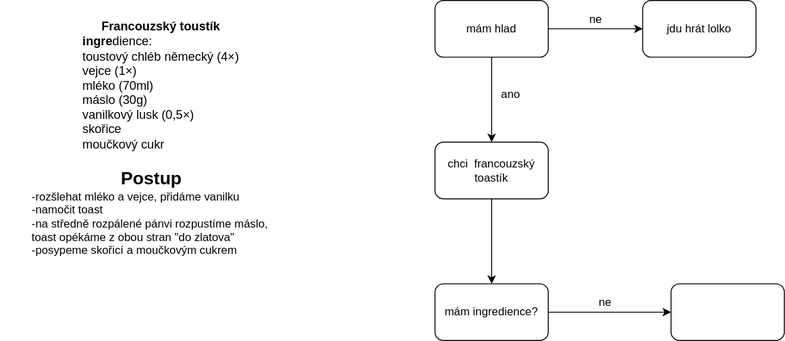
This is Francouzský toast.drawio.svg from RadekJanecek/diagrams.net, a draw.io export, as it was before one commit. Source tidied: cells renumbered, new cells last; positions are measured from the earlier drawing's top-left corner, leaving out a move shared by most shapes.
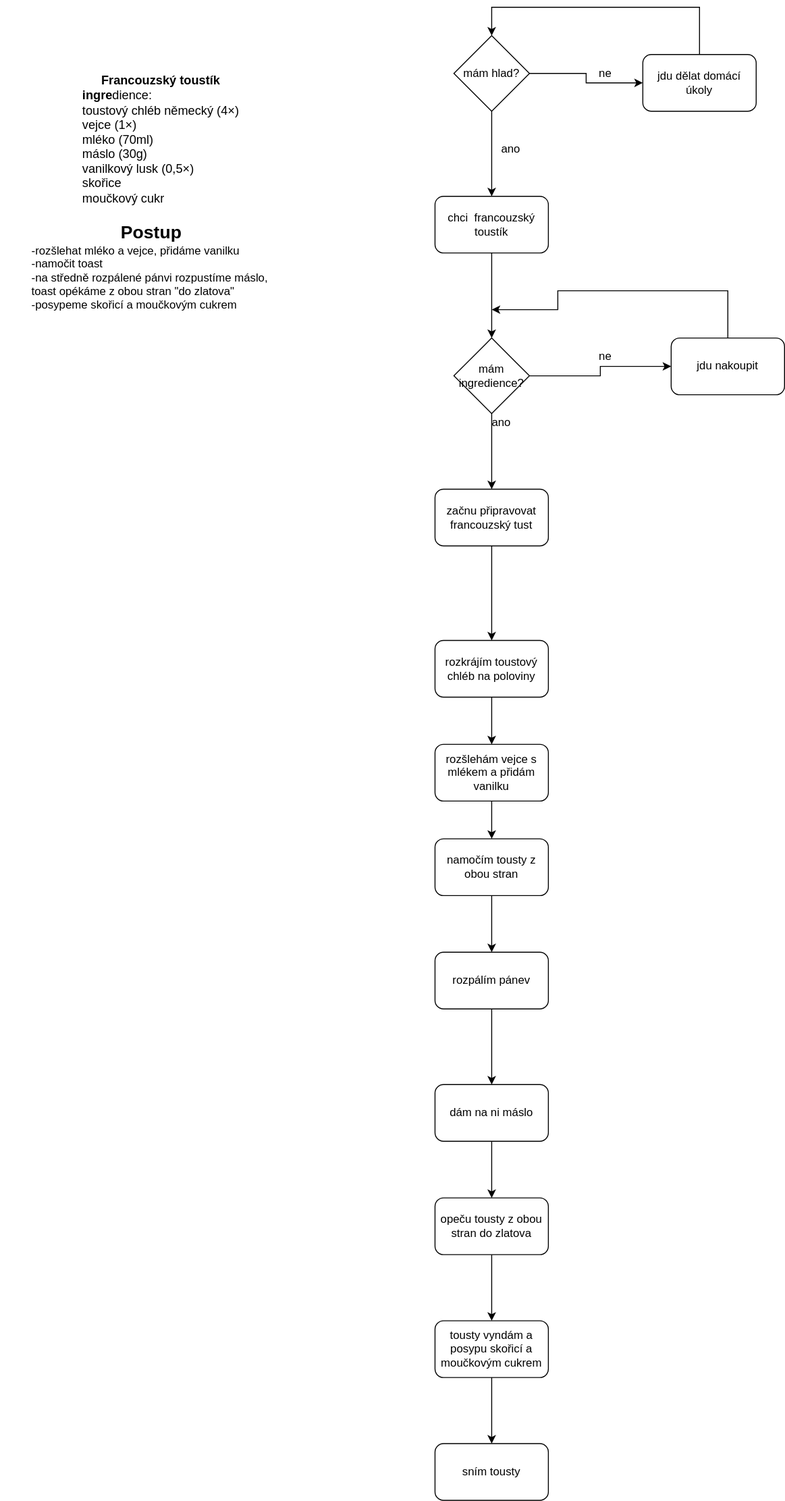
The same diagram one commit later.

The edit, as a diff of the source:
```diff
@@ -8,43 +8,119 @@
     <mxCell id="3" value="&lt;font style=&quot;font-size: 19px&quot;&gt;&lt;b&gt;Postup&lt;/b&gt;&lt;/font&gt;&lt;br&gt;&lt;div style=&quot;text-align: left&quot;&gt;&lt;span&gt;-rozšlehat mléko a vejce,&amp;nbsp;&lt;/span&gt;&lt;span&gt;přidáme vanilku&lt;/span&gt;&lt;/div&gt;&lt;div style=&quot;text-align: left&quot;&gt;&lt;span&gt;-namočit toast&lt;/span&gt;&lt;/div&gt;&lt;div style=&quot;text-align: left&quot;&gt;&lt;span&gt;-na středně rozpálené pánvi rozpustíme máslo,&amp;nbsp;&lt;/span&gt;&lt;/div&gt;&lt;div style=&quot;text-align: left&quot;&gt;&lt;span&gt;toast opékáme z obou stran &quot;do zlatova&quot;&lt;/span&gt;&lt;/div&gt;&lt;div style=&quot;text-align: left&quot;&gt;&lt;span&gt;-posypeme skořicí a moučkovým cukrem&lt;/span&gt;&lt;/div&gt;" style="text;html=1;strokeColor=none;fillColor=none;align=center;verticalAlign=middle;whiteSpace=wrap;rounded=0;" parent="1" vertex="1">
       <mxGeometry x="20" y="170" width="280" height="110" as="geometry" />
     </mxCell>
-    <mxCell id="4" style="edgeStyle=orthogonalEdgeStyle;rounded=0;jettySize=auto;html=1;entryX=0;entryY=0.5;entryDx=0;entryDy=0;" parent="1" edge="1" source="6" target="7">
-      <mxGeometry relative="1" as="geometry" />
-    </mxCell>
-    <mxCell id="5" style="edgeStyle=orthogonalEdgeStyle;rounded=0;jettySize=auto;html=1;exitX=0.5;exitY=1;exitDx=0;exitDy=0;entryX=0.5;entryY=0;entryDx=0;entryDy=0;" parent="1" edge="1" source="6" target="10">
-      <mxGeometry relative="1" as="geometry" />
-    </mxCell>
-    <mxCell id="6" value="mám hlad" style="rounded=1;whiteSpace=wrap;html=1;" parent="1" vertex="1">
-      <mxGeometry x="460" width="120" height="60" as="geometry" />
-    </mxCell>
+    <mxCell id="16" style="edgeStyle=orthogonalEdgeStyle;rounded=0;jettySize=auto;html=1;exitX=0.5;exitY=0;exitDx=0;exitDy=0;entryX=0.5;entryY=0;entryDx=0;entryDy=0;" parent="1" edge="1" source="7" target="21">
+      <mxGeometry relative="1" as="geometry">
+        <Array as="points">
+          <mxPoint x="740" y="-50" />
+          <mxPoint x="520" y="-50" />
+        </Array>
+      </mxGeometry>
+    </mxCell>
-    <mxCell id="7" value="jdu hrát lolko" style="rounded=1;whiteSpace=wrap;html=1;" parent="1" vertex="1">
+    <mxCell id="7" value="jdu dělat domácí úkoly" style="rounded=1;whiteSpace=wrap;html=1;" parent="1" vertex="1">
       <mxGeometry x="680" width="120" height="60" as="geometry" />
     </mxCell>
-    <mxCell id="8" value="ne" style="text;html=1;align=center;verticalAlign=middle;strokeColor=none;fillColor=none;" parent="1" vertex="1">
-      <mxGeometry x="615" y="10" width="30" height="20" as="geometry" />
-    </mxCell>
     <mxCell id="9" style="edgeStyle=orthogonalEdgeStyle;rounded=0;jettySize=auto;html=1;exitX=0.5;exitY=1;exitDx=0;exitDy=0;" parent="1" edge="1" source="10">
       <mxGeometry relative="1" as="geometry">
         <mxPoint x="520" y="300" as="targetPoint" />
       </mxGeometry>
     </mxCell>
-    <mxCell id="10" value="chci&amp;nbsp; francouzský toastík" style="rounded=1;whiteSpace=wrap;html=1;" parent="1" vertex="1">
+    <mxCell id="10" value="chci&amp;nbsp; francouzský toustík" style="rounded=1;whiteSpace=wrap;html=1;" parent="1" vertex="1">
       <mxGeometry x="460" y="150" width="120" height="60" as="geometry" />
     </mxCell>
     <mxCell id="11" value="ano" style="text;html=1;align=center;verticalAlign=middle;strokeColor=none;fillColor=none;" parent="1" vertex="1">
       <mxGeometry x="520" y="90" width="40" height="20" as="geometry" />
     </mxCell>
-    <mxCell id="12" style="edgeStyle=orthogonalEdgeStyle;rounded=0;jettySize=auto;html=1;exitX=1;exitY=0.5;exitDx=0;exitDy=0;entryX=0;entryY=0.5;entryDx=0;entryDy=0;" parent="1" edge="1" source="13" target="14">
-      <mxGeometry relative="1" as="geometry" />
-    </mxCell>
-    <mxCell id="13" value="mám ingredience?" style="rounded=1;whiteSpace=wrap;html=1;" parent="1" vertex="1">
-      <mxGeometry x="460" y="300" width="120" height="60" as="geometry" />
-    </mxCell>
+    <mxCell id="17" style="edgeStyle=orthogonalEdgeStyle;rounded=0;jettySize=auto;html=1;exitX=0.5;exitY=1;exitDx=0;exitDy=0;" parent="1" edge="1" source="14">
+      <mxGeometry relative="1" as="geometry">
+        <mxPoint x="520" y="270" as="targetPoint" />
+        <Array as="points">
+          <mxPoint x="770" y="250" />
+          <mxPoint x="590" y="250" />
+          <mxPoint x="590" y="270" />
+          <mxPoint x="520" y="270" />
+        </Array>
+      </mxGeometry>
+    </mxCell>
-    <mxCell id="14" style="rounded=1;whiteSpace=wrap;html=1;" parent="1" vertex="1">
+    <mxCell id="14" value="&lt;div&gt;jdu nakoupit&lt;/div&gt;" style="rounded=1;whiteSpace=wrap;html=1;" parent="1" vertex="1">
       <mxGeometry x="710" y="300" width="120" height="60" as="geometry" />
     </mxCell>
     <mxCell id="15" value="ne" style="text;html=1;align=center;verticalAlign=middle;strokeColor=none;fillColor=none;" parent="1" vertex="1">
       <mxGeometry x="625" y="310" width="30" height="20" as="geometry" />
     </mxCell>
+    <mxCell id="12" style="edgeStyle=orthogonalEdgeStyle;rounded=0;jettySize=auto;html=1;entryX=0;entryY=0.5;entryDx=0;entryDy=0;" parent="1" edge="1" source="13" target="14">
+      <mxGeometry relative="1" as="geometry" />
+    </mxCell>
+    <mxCell id="18" style="edgeStyle=orthogonalEdgeStyle;rounded=0;jettySize=auto;html=1;" parent="1" edge="1" source="13" target="23">
+      <mxGeometry relative="1" as="geometry" />
+    </mxCell>
+    <mxCell id="13" value="mám ingredience?" style="rhombus;whiteSpace=wrap;html=1;" parent="1" vertex="1">
+      <mxGeometry x="480" y="300" width="80" height="80" as="geometry" />
+    </mxCell>
+    <mxCell id="19" style="edgeStyle=orthogonalEdgeStyle;rounded=0;jettySize=auto;html=1;exitX=0.5;exitY=1;exitDx=0;exitDy=0;entryX=0.5;entryY=0;entryDx=0;entryDy=0;" parent="1" edge="1" source="21" target="10">
+      <mxGeometry relative="1" as="geometry" />
+    </mxCell>
+    <mxCell id="20" style="edgeStyle=orthogonalEdgeStyle;rounded=0;jettySize=auto;html=1;exitX=1;exitY=0.5;exitDx=0;exitDy=0;entryX=0;entryY=0.5;entryDx=0;entryDy=0;" parent="1" edge="1" source="21" target="7">
+      <mxGeometry relative="1" as="geometry" />
+    </mxCell>
+    <mxCell id="21" value="&lt;div&gt;mám hlad?&lt;/div&gt;" style="rhombus;whiteSpace=wrap;html=1;" parent="1" vertex="1">
+      <mxGeometry x="480" y="-20" width="80" height="80" as="geometry" />
+    </mxCell>
+    <mxCell id="8" value="ne" style="text;html=1;align=center;verticalAlign=middle;strokeColor=none;fillColor=none;" parent="1" vertex="1">
+      <mxGeometry x="625" y="10" width="30" height="20" as="geometry" />
+    </mxCell>
+    <mxCell id="22" style="edgeStyle=orthogonalEdgeStyle;rounded=0;jettySize=auto;html=1;exitX=0.5;exitY=1;exitDx=0;exitDy=0;entryX=0.5;entryY=0;entryDx=0;entryDy=0;" parent="1" edge="1" source="23" target="26">
+      <mxGeometry relative="1" as="geometry" />
+    </mxCell>
+    <mxCell id="23" value="&lt;div&gt;začnu připravovat &lt;br&gt;&lt;/div&gt;&lt;div&gt;francouzský tust&lt;br&gt;&lt;/div&gt;" style="rounded=1;whiteSpace=wrap;html=1;" parent="1" vertex="1">
+      <mxGeometry x="460" y="460" width="120" height="60" as="geometry" />
+    </mxCell>
+    <mxCell id="24" value="ano" style="text;html=1;align=center;verticalAlign=middle;strokeColor=none;fillColor=none;" parent="1" vertex="1">
+      <mxGeometry x="510" y="380" width="40" height="20" as="geometry" />
+    </mxCell>
+    <mxCell id="25" style="edgeStyle=orthogonalEdgeStyle;rounded=0;jettySize=auto;html=1;exitX=0.5;exitY=1;exitDx=0;exitDy=0;" parent="1" edge="1" source="26" target="28">
+      <mxGeometry relative="1" as="geometry" />
+    </mxCell>
+    <mxCell id="26" value="&lt;div&gt;rozkrájím toustový&lt;/div&gt;&lt;div&gt;chléb na poloviny&lt;br&gt;&lt;/div&gt;" style="rounded=1;whiteSpace=wrap;html=1;" parent="1" vertex="1">
+      <mxGeometry x="460" y="620" width="120" height="60" as="geometry" />
+    </mxCell>
+    <mxCell id="27" style="edgeStyle=orthogonalEdgeStyle;rounded=0;jettySize=auto;html=1;exitX=0.5;exitY=1;exitDx=0;exitDy=0;entryX=0.5;entryY=0;entryDx=0;entryDy=0;" parent="1" edge="1" source="28" target="30">
+      <mxGeometry relative="1" as="geometry" />
+    </mxCell>
+    <mxCell id="28" value="&lt;div&gt;rozšlehám vejce s&lt;/div&gt;&lt;div&gt;mlékem a přidám vanilku&lt;br&gt; &lt;/div&gt;" style="rounded=1;whiteSpace=wrap;html=1;" parent="1" vertex="1">
+      <mxGeometry x="460" y="730" width="120" height="60" as="geometry" />
+    </mxCell>
+    <mxCell id="29" style="edgeStyle=orthogonalEdgeStyle;rounded=0;jettySize=auto;html=1;exitX=0.5;exitY=1;exitDx=0;exitDy=0;entryX=0.5;entryY=0;entryDx=0;entryDy=0;" parent="1" edge="1" source="30" target="32">
+      <mxGeometry relative="1" as="geometry" />
+    </mxCell>
+    <mxCell id="30" value="namočím tousty z &lt;br&gt;&lt;div&gt;obou stran&lt;/div&gt;" style="rounded=1;whiteSpace=wrap;html=1;" parent="1" vertex="1">
+      <mxGeometry x="460" y="830" width="120" height="60" as="geometry" />
+    </mxCell>
+    <mxCell id="31" style="edgeStyle=orthogonalEdgeStyle;rounded=0;jettySize=auto;html=1;exitX=0.5;exitY=1;exitDx=0;exitDy=0;" parent="1" edge="1" source="32" target="34">
+      <mxGeometry relative="1" as="geometry" />
+    </mxCell>
+    <mxCell id="32" value="rozpálím pánev" style="rounded=1;whiteSpace=wrap;html=1;" parent="1" vertex="1">
+      <mxGeometry x="460" y="950" width="120" height="60" as="geometry" />
+    </mxCell>
+    <mxCell id="33" style="edgeStyle=orthogonalEdgeStyle;rounded=0;jettySize=auto;html=1;exitX=0.5;exitY=1;exitDx=0;exitDy=0;entryX=0.5;entryY=0;entryDx=0;entryDy=0;" parent="1" edge="1" source="34" target="36">
+      <mxGeometry relative="1" as="geometry" />
+    </mxCell>
+    <mxCell id="34" value="dám na ni máslo" style="rounded=1;whiteSpace=wrap;html=1;" parent="1" vertex="1">
+      <mxGeometry x="460" y="1090" width="120" height="60" as="geometry" />
+    </mxCell>
+    <mxCell id="35" style="edgeStyle=orthogonalEdgeStyle;rounded=0;jettySize=auto;html=1;exitX=0.5;exitY=1;exitDx=0;exitDy=0;" parent="1" edge="1" source="36" target="38">
+      <mxGeometry relative="1" as="geometry" />
+    </mxCell>
+    <mxCell id="36" value="&lt;div&gt;opeču tousty z obou&lt;/div&gt;&lt;div&gt;stran do zlatova&lt;br&gt;&lt;/div&gt;" style="rounded=1;whiteSpace=wrap;html=1;" parent="1" vertex="1">
+      <mxGeometry x="460" y="1210" width="120" height="60" as="geometry" />
+    </mxCell>
+    <mxCell id="37" style="edgeStyle=orthogonalEdgeStyle;rounded=0;jettySize=auto;html=1;exitX=0.5;exitY=1;exitDx=0;exitDy=0;entryX=0.5;entryY=0;entryDx=0;entryDy=0;" parent="1" edge="1" source="38" target="39">
+      <mxGeometry relative="1" as="geometry" />
+    </mxCell>
+    <mxCell id="38" value="&lt;div&gt;tousty vyndám a posypu skořicí a moučkovým cukrem&lt;br&gt;&lt;/div&gt;" style="rounded=1;whiteSpace=wrap;html=1;" parent="1" vertex="1">
+      <mxGeometry x="460" y="1340" width="120" height="60" as="geometry" />
+    </mxCell>
+    <mxCell id="39" value="sním tousty" style="rounded=1;whiteSpace=wrap;html=1;" parent="1" vertex="1">
+      <mxGeometry x="460" y="1470" width="120" height="60" as="geometry" />
+    </mxCell>
   </root>
 </mxGraphModel>
```
